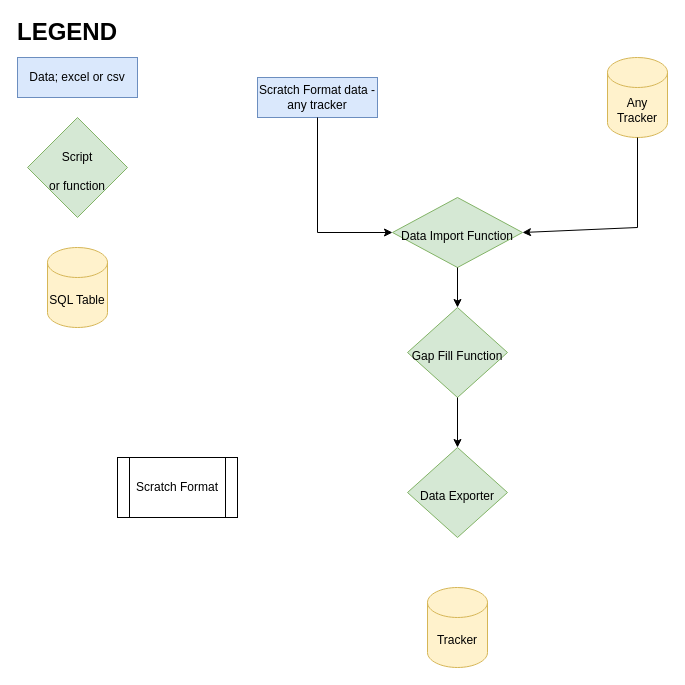
ancollis757/trackingtables keeps this draw.io diagram as Import-Export-Structure.drawio. Above is the earlier version. Source tidied: cells renumbered, new cells numbered last; positions are measured from the earlier drawing's top-left corner, leaving out a move shared by most shapes. Both pictures are drawn from the tidied source at 100%, with x=0, y=0 at pixel (17, 17).
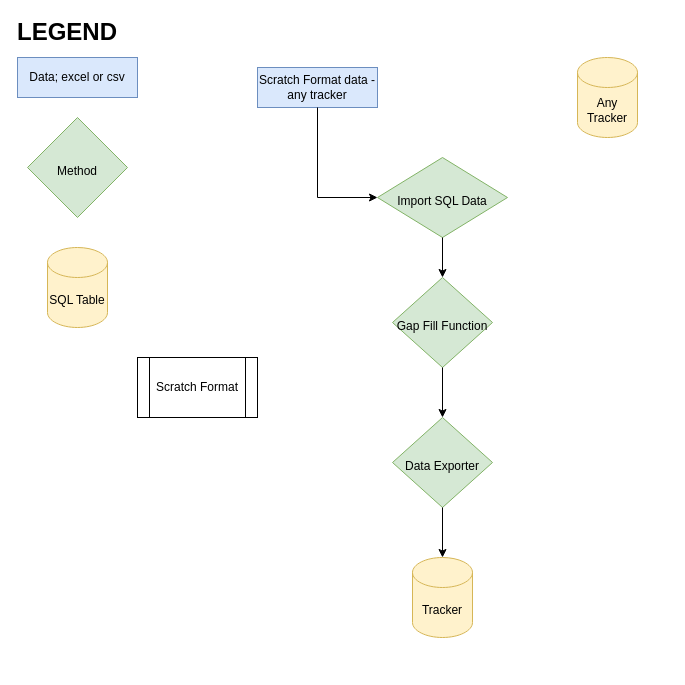
The same diagram, later.

Commit message:
Basic Structure

What changed in the source:
```diff
@@
 <mxGraphModel>
   <root>
     <mxCell id="0" />
     <mxCell id="1" parent="0" />
     <mxCell id="2" value="Scratch Format" style="shape=process;whiteSpace=wrap;html=1;backgroundOutline=1;" parent="1" vertex="1">
-      <mxGeometry x="100" y="440" width="120" height="60" as="geometry" />
+      <mxGeometry x="120" y="340" width="120" height="60" as="geometry" />
     </mxCell>
     <mxCell id="3" value="Scratch Format data - any tracker" style="rounded=0;whiteSpace=wrap;html=1;fillColor=#dae8fc;strokeColor=#6c8ebf;" parent="1" vertex="1">
-      <mxGeometry x="240" y="60" width="120" height="40" as="geometry" />
+      <mxGeometry x="240" y="50" width="120" height="40" as="geometry" />
     </mxCell>
     <mxCell id="4" value="&lt;font style=&quot;font-size: 24px;&quot;&gt;&lt;b&gt;LEGEND&lt;/b&gt;&lt;/font&gt;" style="text;html=1;strokeColor=none;fillColor=none;align=center;verticalAlign=middle;whiteSpace=wrap;rounded=0;" parent="1" vertex="1">
       <mxGeometry width="100" height="30" as="geometry" />
     </mxCell>
     <mxCell id="5" value="Data; excel or csv" style="rounded=0;whiteSpace=wrap;html=1;fillColor=#dae8fc;strokeColor=#6c8ebf;" parent="1" vertex="1">
       <mxGeometry y="40" width="120" height="40" as="geometry" />
     </mxCell>
-    <mxCell id="6" value="&lt;font style=&quot;font-size: 12px;&quot;&gt;Script&lt;br&gt;or function&lt;br&gt;&lt;/font&gt;" style="rhombus;whiteSpace=wrap;html=1;fontSize=24;fillColor=#d5e8d4;strokeColor=#82b366;" parent="1" vertex="1">
+    <mxCell id="6" value="&lt;font style=&quot;font-size: 12px;&quot;&gt;Method&lt;br&gt;&lt;/font&gt;" style="rhombus;whiteSpace=wrap;html=1;fontSize=24;fillColor=#d5e8d4;strokeColor=#82b366;" parent="1" vertex="1">
       <mxGeometry x="10" y="100" width="100" height="100" as="geometry" />
     </mxCell>
     <mxCell id="7" value="SQL Table" style="shape=cylinder3;whiteSpace=wrap;html=1;boundedLbl=1;backgroundOutline=1;size=15;fontSize=12;fillColor=#fff2cc;strokeColor=#d6b656;" parent="1" vertex="1">
       <mxGeometry x="30" y="230" width="60" height="80" as="geometry" />
     </mxCell>
-    <mxCell id="8" value="&lt;font style=&quot;font-size: 12px;&quot;&gt;Data Import Function&lt;/font&gt;" style="rhombus;whiteSpace=wrap;html=1;fontSize=24;fillColor=#d5e8d4;strokeColor=#82b366;" parent="1" vertex="1">
-      <mxGeometry x="375" y="180" width="130" height="70" as="geometry" />
+    <mxCell id="8" value="&lt;font style=&quot;font-size: 12px;&quot;&gt;Import SQL Data&lt;/font&gt;" style="rhombus;whiteSpace=wrap;html=1;fontSize=24;fillColor=#d5e8d4;strokeColor=#82b366;" parent="1" vertex="1">
+      <mxGeometry x="360" y="140" width="130" height="80" as="geometry" />
     </mxCell>
     <mxCell id="9" value="Any Tracker" style="shape=cylinder3;whiteSpace=wrap;html=1;boundedLbl=1;backgroundOutline=1;size=15;fontSize=12;fillColor=#fff2cc;strokeColor=#d6b656;" parent="1" vertex="1">
-      <mxGeometry x="590" y="40" width="60" height="80" as="geometry" />
+      <mxGeometry x="560" y="40" width="60" height="80" as="geometry" />
     </mxCell>
     <mxCell id="10" style="endArrow=classic;html=1;rounded=0;fontSize=12;entryX=0;entryY=0.5;entryDx=0;entryDy=0;exitX=0.5;exitY=1;exitDx=0;exitDy=0;" parent="1" edge="1" source="3" target="8">
       <mxGeometry relative="1" as="geometry">
         <Array as="points">
-          <mxPoint x="300" y="215" />
+          <mxPoint x="300" y="180" />
         </Array>
       </mxGeometry>
     </mxCell>
-    <mxCell id="11" style="endArrow=classic;html=1;rounded=0;fontSize=12;entryX=1;entryY=0.5;entryDx=0;entryDy=0;exitX=0.5;exitY=1;exitDx=0;exitDy=0;exitPerimeter=0;" parent="1" edge="1" source="9" target="8">
-      <mxGeometry relative="1" as="geometry">
-        <Array as="points">
-          <mxPoint x="620" y="210" />
-        </Array>
-      </mxGeometry>
-    </mxCell>
     <mxCell id="12" value="&lt;span style=&quot;font-size: 12px;&quot;&gt;Gap Fill Function&lt;/span&gt;" style="rhombus;whiteSpace=wrap;html=1;fontSize=24;fillColor=#d5e8d4;strokeColor=#82b366;" parent="1" vertex="1">
-      <mxGeometry x="390" y="290" width="100" height="90" as="geometry" />
+      <mxGeometry x="375" y="260" width="100" height="90" as="geometry" />
     </mxCell>
     <mxCell id="13" style="endArrow=classic;html=1;rounded=0;fontSize=12;entryX=0.5;entryY=0;entryDx=0;entryDy=0;exitX=0.5;exitY=1;exitDx=0;exitDy=0;" parent="1" edge="1" source="8" target="12">
       <mxGeometry relative="1" as="geometry" />
     </mxCell>
     <mxCell id="14" value="&lt;span style=&quot;font-size: 12px;&quot;&gt;Data Exporter&lt;/span&gt;" style="rhombus;whiteSpace=wrap;html=1;fontSize=24;fillColor=#d5e8d4;strokeColor=#82b366;" parent="1" vertex="1">
-      <mxGeometry x="390" y="430" width="100" height="90" as="geometry" />
+      <mxGeometry x="375" y="400" width="100" height="90" as="geometry" />
     </mxCell>
     <mxCell id="15" style="endArrow=classic;html=1;rounded=0;fontSize=12;entryX=0.5;entryY=0;entryDx=0;entryDy=0;" parent="1" edge="1" source="12" target="14">
       <mxGeometry relative="1" as="geometry" />
     </mxCell>
     <mxCell id="16" value="Tracker" style="shape=cylinder3;whiteSpace=wrap;html=1;boundedLbl=1;backgroundOutline=1;size=15;fontSize=12;fillColor=#fff2cc;strokeColor=#d6b656;" parent="1" vertex="1">
-      <mxGeometry x="410" y="570" width="60" height="80" as="geometry" />
+      <mxGeometry x="395" y="540" width="60" height="80" as="geometry" />
     </mxCell>
+    <mxCell id="17" style="endArrow=classic;html=1;rounded=0;fontSize=12;" parent="1" edge="1" source="14" target="16">
+      <mxGeometry relative="1" as="geometry" />
+    </mxCell>
   </root>
 </mxGraphModel>
```
